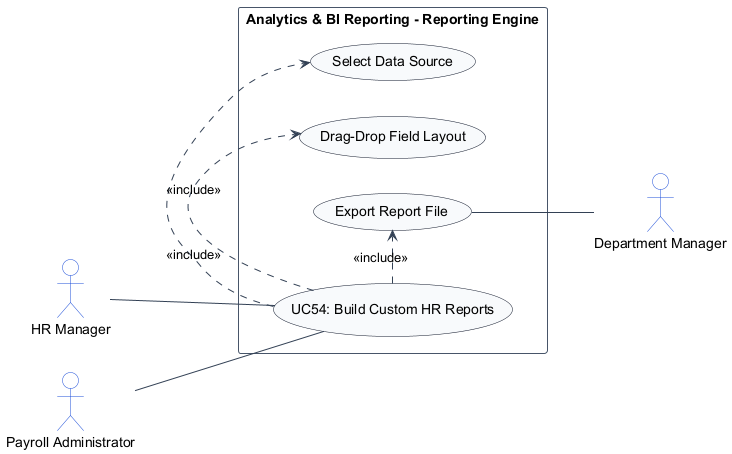
The PlantUML diagram usecase_images/UC54.png in TamBui1706/HRPlatform, before a commit. The source it was exported from:
```plantuml
@startuml
left to right direction
skinparam shadowing false
skinparam packageStyle rectangle
skinparam actorStyle stickman

skinparam ArrowColor #334155
skinparam ActorBorderColor #1d4ed8
skinparam ActorBackgroundColor #ffffff
skinparam UsecaseBorderColor #0f172a
skinparam UsecaseBackgroundColor #f8fafc
skinparam RectangleBorderColor #475569
skinparam RectangleBackgroundColor #ffffff

actor "HR Manager" as HRManager
actor "Payroll Administrator" as PayrollAdministrator
actor "Department Manager" as DepartmentManager

rectangle "Analytics & BI Reporting - Reporting Engine" {
    usecase "UC54: Build Custom HR Reports" as UC_Main
    usecase "Select Data Source" as UC_SelectSrc
    usecase "Drag-Drop Field Layout" as UC_FieldLayout
    usecase "Export Report File" as UC_ExportFile

    HRManager -- UC_Main
    PayrollAdministrator -- UC_Main
    UC_Main .> UC_SelectSrc : <<include>>
    UC_Main .> UC_FieldLayout : <<include>>
    UC_Main .> UC_ExportFile : <<include>>
    UC_ExportFile -- DepartmentManager
}
@enduml
```
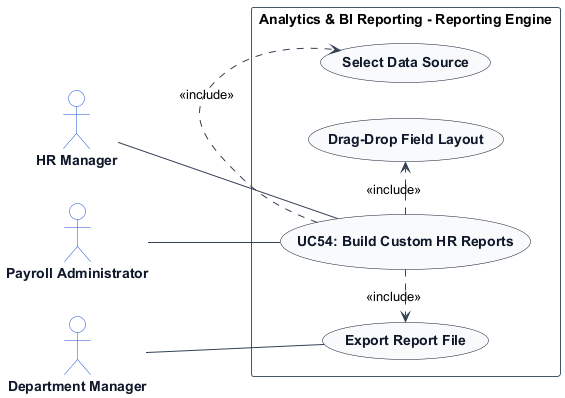
Later version of the same file.

Diff of the diagram source:
```diff
@@ -7,8 +7,14 @@
 skinparam ArrowColor #334155
 skinparam ActorBorderColor #1d4ed8
 skinparam ActorBackgroundColor #ffffff
+skinparam ActorFontColor #0f172a
+skinparam ActorFontStyle bold
+
 skinparam UsecaseBorderColor #0f172a
 skinparam UsecaseBackgroundColor #f8fafc
+skinparam UsecaseFontColor #0f172a
+skinparam UsecaseFontStyle bold
+
 skinparam RectangleBorderColor #475569
 skinparam RectangleBackgroundColor #ffffff
 
@@ -24,9 +30,9 @@
 
     HRManager -- UC_Main
     PayrollAdministrator -- UC_Main
+    DepartmentManager -- UC_ExportFile
     UC_Main .> UC_SelectSrc : <<include>>
     UC_Main .> UC_FieldLayout : <<include>>
     UC_Main .> UC_ExportFile : <<include>>
-    UC_ExportFile -- DepartmentManager
 }
 @enduml
```
